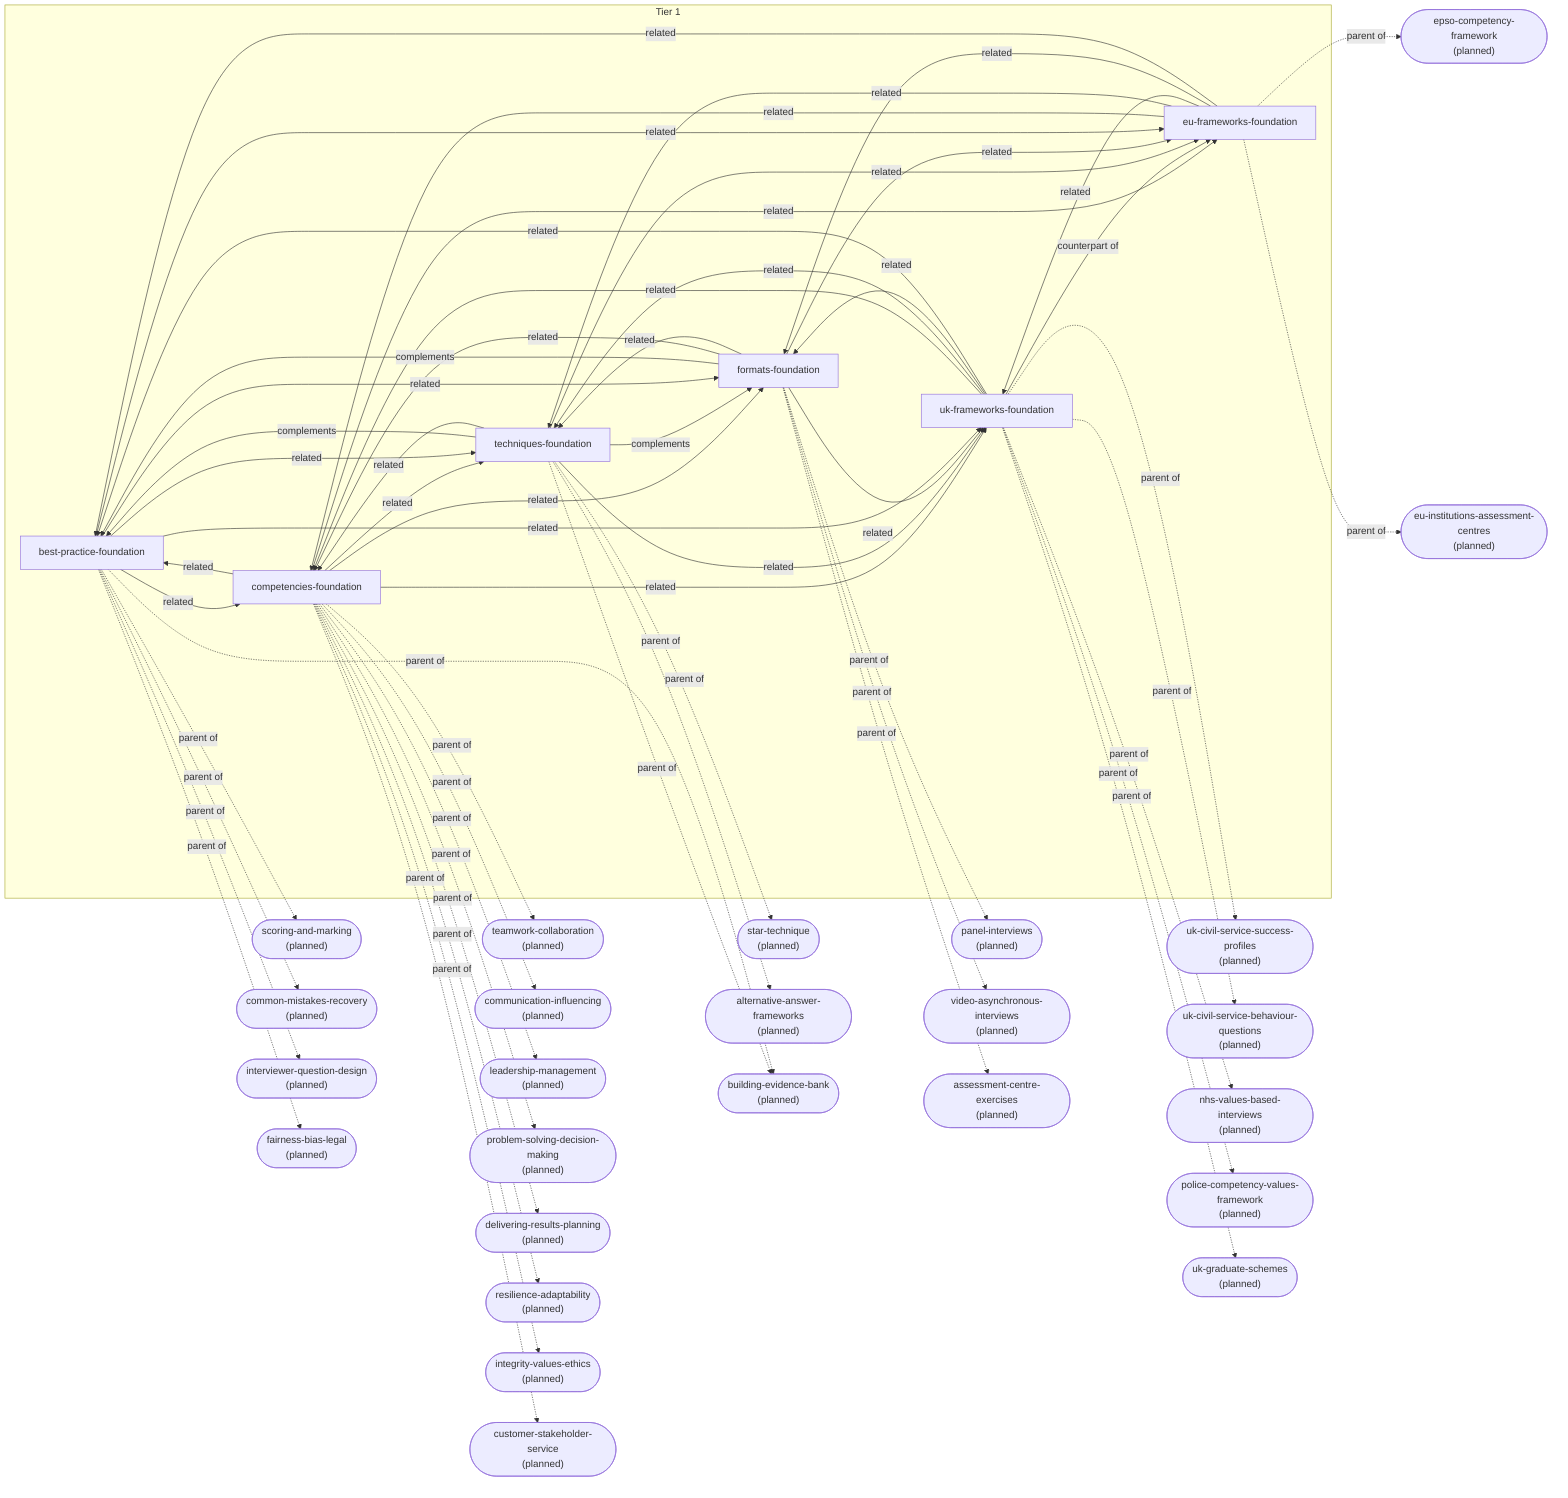
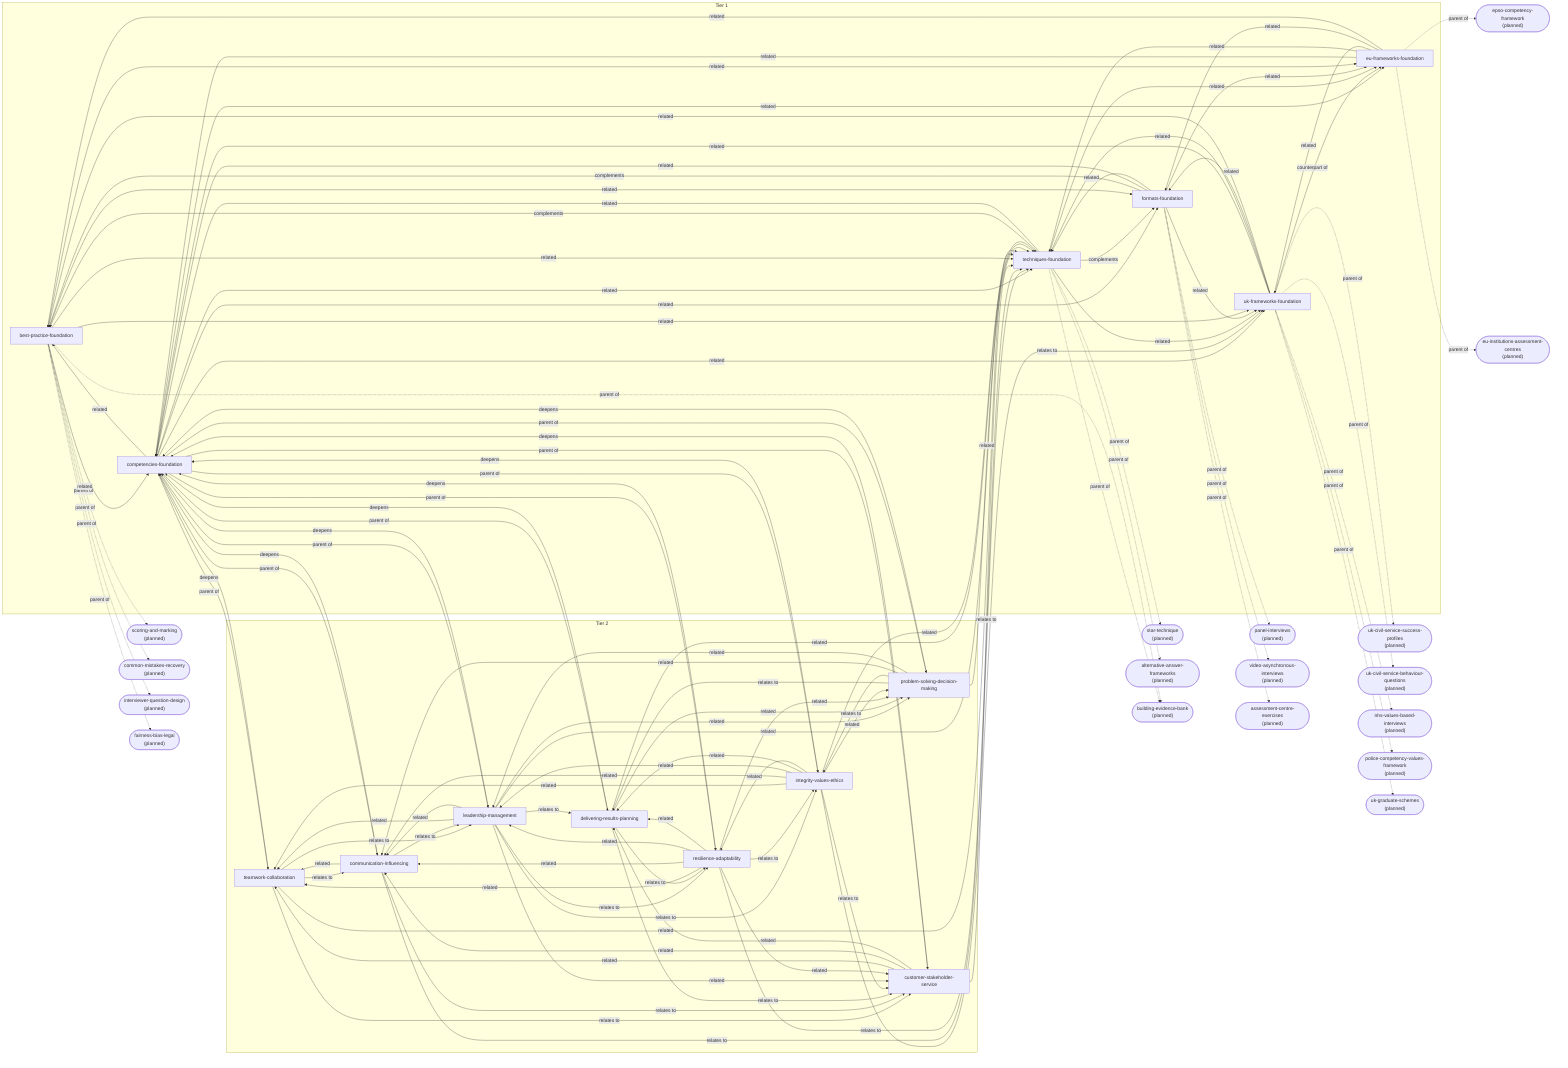
graph LR
  subgraph Tier1["Tier 1"]
    best_practice_foundation["best-practice-foundation"]
    competencies_foundation["competencies-foundation"]
    eu_frameworks_foundation["eu-frameworks-foundation"]
    formats_foundation["formats-foundation"]
    techniques_foundation["techniques-foundation"]
    uk_frameworks_foundation["uk-frameworks-foundation"]
+   end
+   subgraph Tier2["Tier 2"]
+     communication_influencing["communication-influencing"]
+     customer_stakeholder_service["customer-stakeholder-service"]
+     delivering_results_planning["delivering-results-planning"]
+     integrity_values_ethics["integrity-values-ethics"]
+     leadership_management["leadership-management"]
+     problem_solving_decision_making["problem-solving-decision-making"]
+     resilience_adaptability["resilience-adaptability"]
+     teamwork_collaboration["teamwork-collaboration"]
  end
  competencies_foundation -->|related| techniques_foundation
  competencies_foundation -->|related| uk_frameworks_foundation
  competencies_foundation -->|related| eu_frameworks_foundation
  competencies_foundation -->|related| formats_foundation
  competencies_foundation -->|related| best_practice_foundation
  uk_frameworks_foundation -->|counterpart of| eu_frameworks_foundation
  techniques_foundation -->|complements| formats_foundation
  techniques_foundation -->|complements| best_practice_foundation
  formats_foundation -->|complements| best_practice_foundation
-   teamwork_collaboration(["teamwork-collaboration<br/>(planned)"])
-   competencies_foundation -.->|parent of| teamwork_collaboration
-   communication_influencing(["communication-influencing<br/>(planned)"])
-   competencies_foundation -.->|parent of| communication_influencing
-   leadership_management(["leadership-management<br/>(planned)"])
-   competencies_foundation -.->|parent of| leadership_management
-   problem_solving_decision_making(["problem-solving-decision-making<br/>(planned)"])
-   competencies_foundation -.->|parent of| problem_solving_decision_making
-   delivering_results_planning(["delivering-results-planning<br/>(planned)"])
-   competencies_foundation -.->|parent of| delivering_results_planning
-   resilience_adaptability(["resilience-adaptability<br/>(planned)"])
-   competencies_foundation -.->|parent of| resilience_adaptability
-   integrity_values_ethics(["integrity-values-ethics<br/>(planned)"])
-   competencies_foundation -.->|parent of| integrity_values_ethics
-   customer_stakeholder_service(["customer-stakeholder-service<br/>(planned)"])
-   competencies_foundation -.->|parent of| customer_stakeholder_service
+   competencies_foundation -->|parent of| teamwork_collaboration
+   competencies_foundation -->|parent of| communication_influencing
+   competencies_foundation -->|parent of| leadership_management
+   competencies_foundation -->|parent of| problem_solving_decision_making
+   competencies_foundation -->|parent of| delivering_results_planning
+   competencies_foundation -->|parent of| resilience_adaptability
+   competencies_foundation -->|parent of| integrity_values_ethics
+   competencies_foundation -->|parent of| customer_stakeholder_service
+   teamwork_collaboration -->|deepens| competencies_foundation
+   teamwork_collaboration -->|relates to| communication_influencing
+   teamwork_collaboration -->|relates to| leadership_management
+   teamwork_collaboration -->|relates to| customer_stakeholder_service
+   communication_influencing -->|deepens| competencies_foundation
+   communication_influencing -->|relates to| leadership_management
+   communication_influencing -->|relates to| customer_stakeholder_service
+   communication_influencing -->|relates to| techniques_foundation
+   leadership_management -->|deepens| competencies_foundation
+   leadership_management -->|relates to| delivering_results_planning
+   leadership_management -->|relates to| integrity_values_ethics
+   leadership_management -->|relates to| resilience_adaptability
+   problem_solving_decision_making -->|deepens| competencies_foundation
+   problem_solving_decision_making -->|relates to| delivering_results_planning
+   problem_solving_decision_making -->|relates to| integrity_values_ethics
+   delivering_results_planning -->|deepens| competencies_foundation
+   delivering_results_planning -->|relates to| resilience_adaptability
+   delivering_results_planning -->|relates to| customer_stakeholder_service
+   resilience_adaptability -->|deepens| competencies_foundation
+   resilience_adaptability -->|relates to| integrity_values_ethics
+   resilience_adaptability -->|relates to| techniques_foundation
+   integrity_values_ethics -->|deepens| competencies_foundation
+   integrity_values_ethics -->|relates to| uk_frameworks_foundation
+   integrity_values_ethics -->|relates to| customer_stakeholder_service
+   customer_stakeholder_service -->|deepens| competencies_foundation
+   customer_stakeholder_service -->|relates to| techniques_foundation
  star_technique(["star-technique<br/>(planned)"])
  techniques_foundation -.->|parent of| star_technique
  alternative_answer_frameworks(["alternative-answer-frameworks<br/>(planned)"])
  techniques_foundation -.->|parent of| alternative_answer_frameworks
  building_evidence_bank(["building-evidence-bank<br/>(planned)"])
  techniques_foundation -.->|parent of| building_evidence_bank
  uk_civil_service_success_profiles(["uk-civil-service-success-profiles<br/>(planned)"])
  uk_frameworks_foundation -.->|parent of| uk_civil_service_success_profiles
  uk_civil_service_behaviour_questions(["uk-civil-service-behaviour-questions<br/>(planned)"])
  uk_frameworks_foundation -.->|parent of| uk_civil_service_behaviour_questions
  nhs_values_based_interviews(["nhs-values-based-interviews<br/>(planned)"])
  uk_frameworks_foundation -.->|parent of| nhs_values_based_interviews
  police_competency_values_framework(["police-competency-values-framework<br/>(planned)"])
  uk_frameworks_foundation -.->|parent of| police_competency_values_framework
  uk_graduate_schemes(["uk-graduate-schemes<br/>(planned)"])
  uk_frameworks_foundation -.->|parent of| uk_graduate_schemes
  epso_competency_framework(["epso-competency-framework<br/>(planned)"])
  eu_frameworks_foundation -.->|parent of| epso_competency_framework
  eu_institutions_assessment_centres(["eu-institutions-assessment-centres<br/>(planned)"])
  eu_frameworks_foundation -.->|parent of| eu_institutions_assessment_centres
  panel_interviews(["panel-interviews<br/>(planned)"])
  formats_foundation -.->|parent of| panel_interviews
  video_asynchronous_interviews(["video-asynchronous-interviews<br/>(planned)"])
  formats_foundation -.->|parent of| video_asynchronous_interviews
  assessment_centre_exercises(["assessment-centre-exercises<br/>(planned)"])
  formats_foundation -.->|parent of| assessment_centre_exercises
  best_practice_foundation -.->|parent of| building_evidence_bank
  scoring_and_marking(["scoring-and-marking<br/>(planned)"])
  best_practice_foundation -.->|parent of| scoring_and_marking
  common_mistakes_recovery(["common-mistakes-recovery<br/>(planned)"])
  best_practice_foundation -.->|parent of| common_mistakes_recovery
  interviewer_question_design(["interviewer-question-design<br/>(planned)"])
  best_practice_foundation -.->|parent of| interviewer_question_design
  fairness_bias_legal(["fairness-bias-legal<br/>(planned)"])
  best_practice_foundation -.->|parent of| fairness_bias_legal
  techniques_foundation -->|related| competencies_foundation
  techniques_foundation -->|related| uk_frameworks_foundation
  techniques_foundation -->|related| eu_frameworks_foundation
  uk_frameworks_foundation -->|related| competencies_foundation
  uk_frameworks_foundation -->|related| techniques_foundation
  uk_frameworks_foundation -->|related| formats_foundation
  uk_frameworks_foundation -->|related| best_practice_foundation
  eu_frameworks_foundation -->|related| competencies_foundation
  eu_frameworks_foundation -->|related| techniques_foundation
  eu_frameworks_foundation -->|related| uk_frameworks_foundation
  eu_frameworks_foundation -->|related| formats_foundation
  eu_frameworks_foundation -->|related| best_practice_foundation
  formats_foundation -->|related| competencies_foundation
  formats_foundation -->|related| techniques_foundation
  formats_foundation -->|related| uk_frameworks_foundation
  formats_foundation -->|related| eu_frameworks_foundation
  best_practice_foundation -->|related| competencies_foundation
  best_practice_foundation -->|related| techniques_foundation
  best_practice_foundation -->|related| uk_frameworks_foundation
  best_practice_foundation -->|related| eu_frameworks_foundation
  best_practice_foundation -->|related| formats_foundation
+   teamwork_collaboration -->|related| techniques_foundation
+   communication_influencing -->|related| teamwork_collaboration
+   leadership_management -->|related| techniques_foundation
+   leadership_management -->|related| teamwork_collaboration
+   leadership_management -->|related| communication_influencing
+   leadership_management -->|related| problem_solving_decision_making
+   leadership_management -->|related| customer_stakeholder_service
+   problem_solving_decision_making -->|related| techniques_foundation
+   problem_solving_decision_making -->|related| communication_influencing
+   problem_solving_decision_making -->|related| leadership_management
+   delivering_results_planning -->|related| techniques_foundation
+   delivering_results_planning -->|related| problem_solving_decision_making
+   resilience_adaptability -->|related| teamwork_collaboration
+   resilience_adaptability -->|related| communication_influencing
+   resilience_adaptability -->|related| leadership_management
+   resilience_adaptability -->|related| problem_solving_decision_making
+   resilience_adaptability -->|related| delivering_results_planning
+   resilience_adaptability -->|related| customer_stakeholder_service
+   integrity_values_ethics -->|related| techniques_foundation
+   integrity_values_ethics -->|related| teamwork_collaboration
+   integrity_values_ethics -->|related| communication_influencing
+   integrity_values_ethics -->|related| leadership_management
+   integrity_values_ethics -->|related| problem_solving_decision_making
+   integrity_values_ethics -->|related| delivering_results_planning
+   integrity_values_ethics -->|related| resilience_adaptability
+   customer_stakeholder_service -->|related| teamwork_collaboration
+   customer_stakeholder_service -->|related| communication_influencing
+   customer_stakeholder_service -->|related| delivering_results_planning
